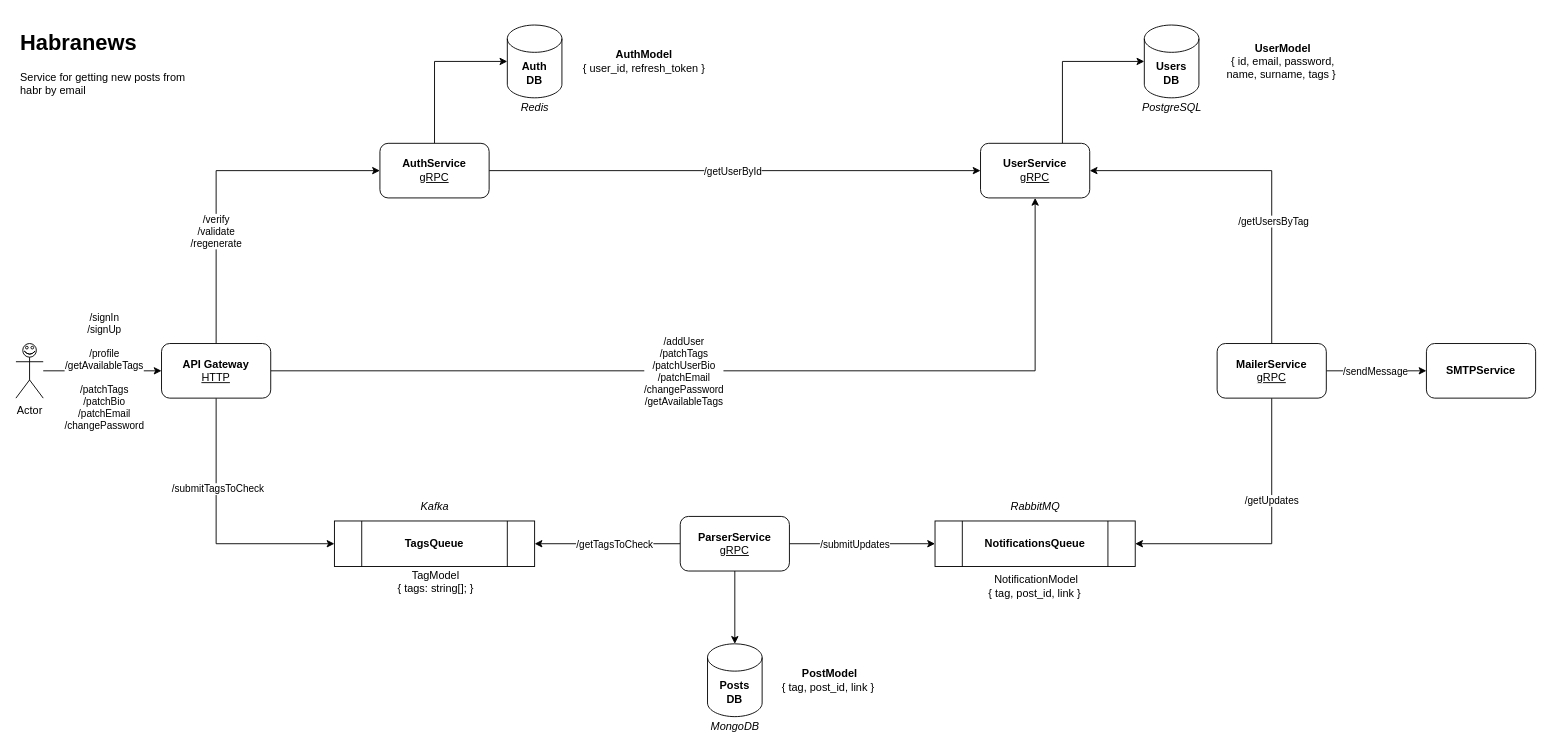
Before: page "Architecture" (1 of 4) of news-alert-architecture.drawio in ythosa/habranews, a draw.io diagram. Source tidied: cells renumbered, new cells numbered last; positions are measured from the earlier drawing's top-left corner, leaving out a move shared by most shapes. Both pictures are drawn from the tidied source at 91%, with x=0, y=0 at pixel (15, 25).
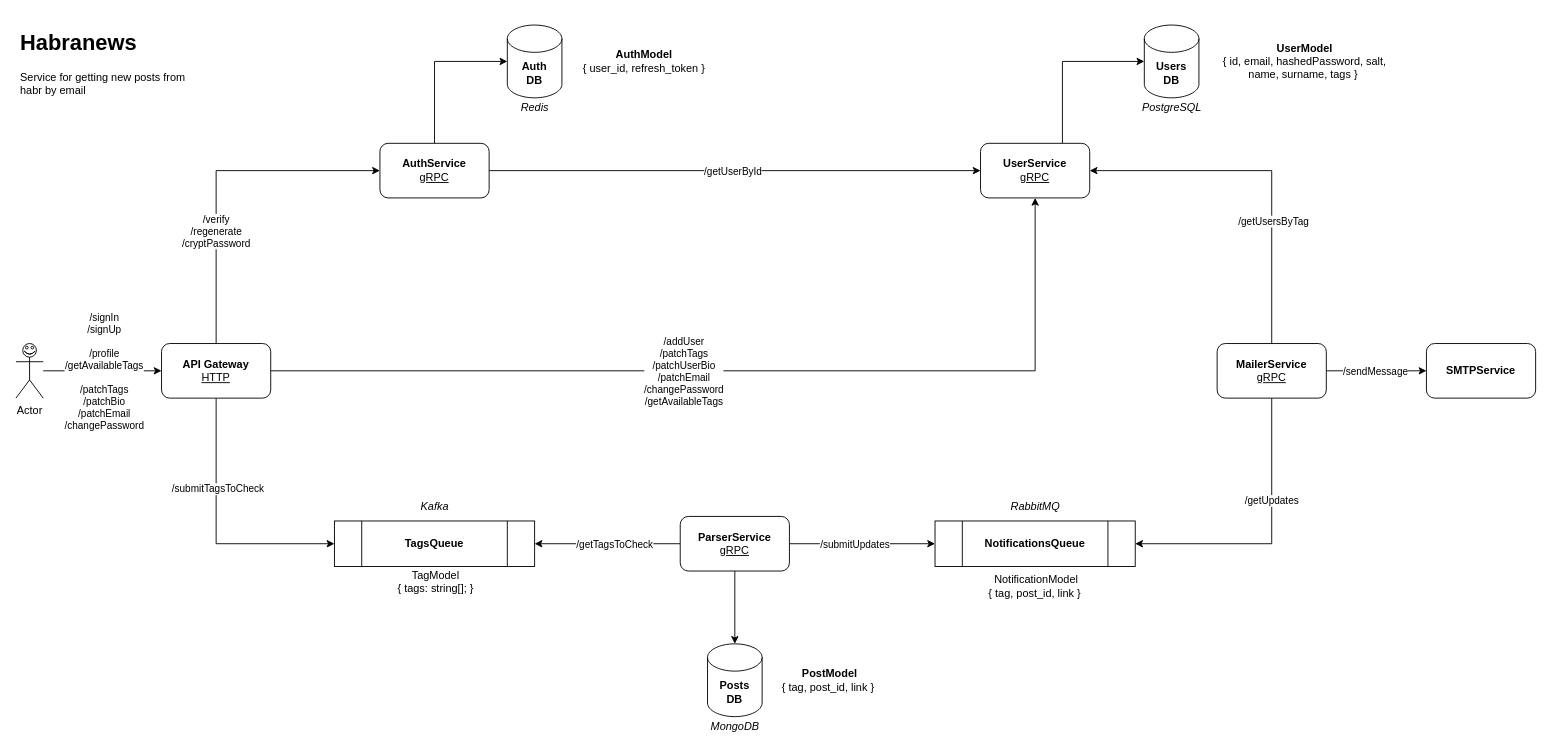
After the change.

The change refers to these unchanged cells:
```xml
<mxCell id="6" style="edgeStyle=orthogonalEdgeStyle;rounded=0;jettySize=auto;html=1;entryX=0;entryY=0.5;entryDx=0;entryDy=0;exitX=0.5;exitY=0;exitDx=0;exitDy=0;" parent="1" edge="1" source="8" target="31">
  <mxGeometry relative="1" as="geometry" />
</mxCell>
```

The edit, as a diff of the source:
```diff
@@
-    <mxCell id="7" value="/verify&lt;br&gt;/validate&lt;br&gt;/regenerate" style="edgeLabel;html=1;align=center;verticalAlign=middle;" parent="6" vertex="1">
+    <mxCell id="7" value="/verify&lt;br&gt;/regenerate&lt;br&gt;/cryptPassword" style="edgeLabel;html=1;align=center;verticalAlign=middle;" parent="6" vertex="1">
       <mxGeometry x="0.05" y="2" relative="1" as="geometry">
         <mxPoint x="-5" y="68" as="offset" />
       </mxGeometry>
     </mxCell>
@@
-    <mxCell id="39" value="&lt;b&gt;UserModel&lt;br&gt;&lt;/b&gt;{ id, email, password,&lt;br&gt;&amp;nbsp;name, surname, tags }&amp;nbsp;&amp;nbsp;" style="text;html=1;align=center;verticalAlign=middle;" parent="1" vertex="1">
-      <mxGeometry x="1320" y="18" width="143" height="44" as="geometry" />
+    <mxCell id="39" value="&lt;b&gt;UserModel&lt;br&gt;&lt;/b&gt;{ id, email, hashedPassword, salt,&lt;br&gt;&amp;nbsp;name, surname, tags }&amp;nbsp;&amp;nbsp;" style="text;html=1;align=center;verticalAlign=middle;" parent="1" vertex="1">
+      <mxGeometry x="1317" y="18" width="198" height="44" as="geometry" />
     </mxCell>
```
